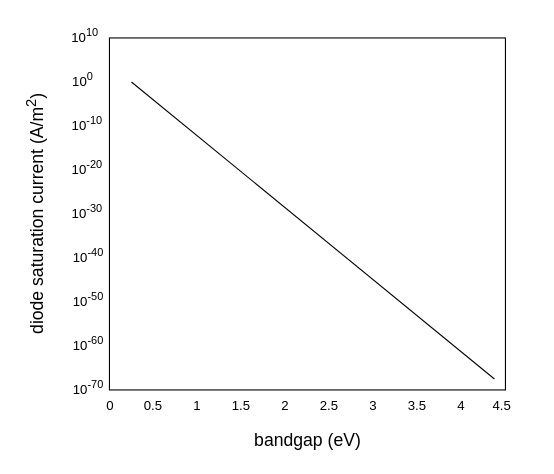
nathansivalingam/mechanical-engineering-thesis-a keeps this draw.io diagram as Thesis A/Diagrams.net Files/bandgap_diode_sat_current_graph.drawio. Above is the earlier version. Source tidied: cells renumbered, new cells numbered last; positions are measured from the earlier drawing's top-left corner, leaving out a move shared by most shapes. Both pictures are drawn from the tidied source at 110%, with x=0, y=0 at pixel (-95, 19).
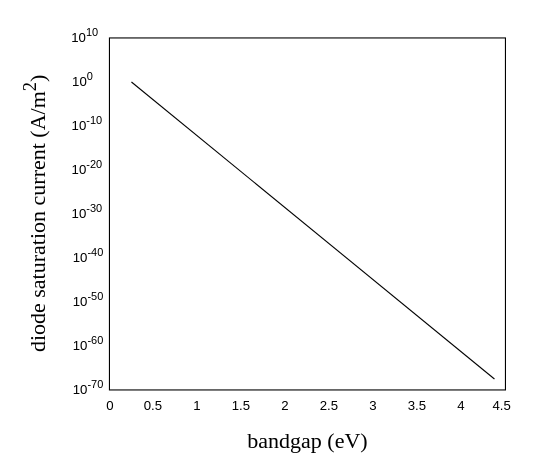
Above is the later version.

Diff of the diagram source:
```diff
@@
-    <mxCell id="4" value="&lt;font style=&quot;font-size: 16px;&quot;&gt;bandgap (eV)&lt;/font&gt;" style="text;html=1;align=center;verticalAlign=middle;whiteSpace=wrap;rounded=0;" parent="1" vertex="1">
+    <mxCell id="4" value="&lt;font face=&quot;Times New Roman&quot; style=&quot;font-size: 20px;&quot;&gt;bandgap (eV)&lt;/font&gt;" style="text;html=1;align=center;verticalAlign=middle;whiteSpace=wrap;rounded=0;" parent="1" vertex="1">
       <mxGeometry x="302.5" y="367" width="125" height="30" as="geometry" />
     </mxCell>
-    <mxCell id="5" value="&lt;font style=&quot;font-size: 16px;&quot;&gt;diode saturation current (A/m&lt;sup style=&quot;&quot;&gt;2&lt;/sup&gt;)&lt;/font&gt;" style="text;html=1;align=center;verticalAlign=middle;whiteSpace=wrap;rounded=0;rotation=-90;" parent="1" vertex="1">
-      <mxGeometry y="162" width="235" height="30" as="geometry" />
+    <mxCell id="5" value="&lt;font face=&quot;Times New Roman&quot; style=&quot;font-size: 20px;&quot;&gt;diode saturation current (A/m&lt;sup style=&quot;&quot;&gt;2&lt;/sup&gt;)&lt;/font&gt;" style="text;html=1;align=center;verticalAlign=middle;whiteSpace=wrap;rounded=0;rotation=-90;" parent="1" vertex="1">
+      <mxGeometry x="-30" y="162" width="295" height="30" as="geometry" />
     </mxCell>
```
